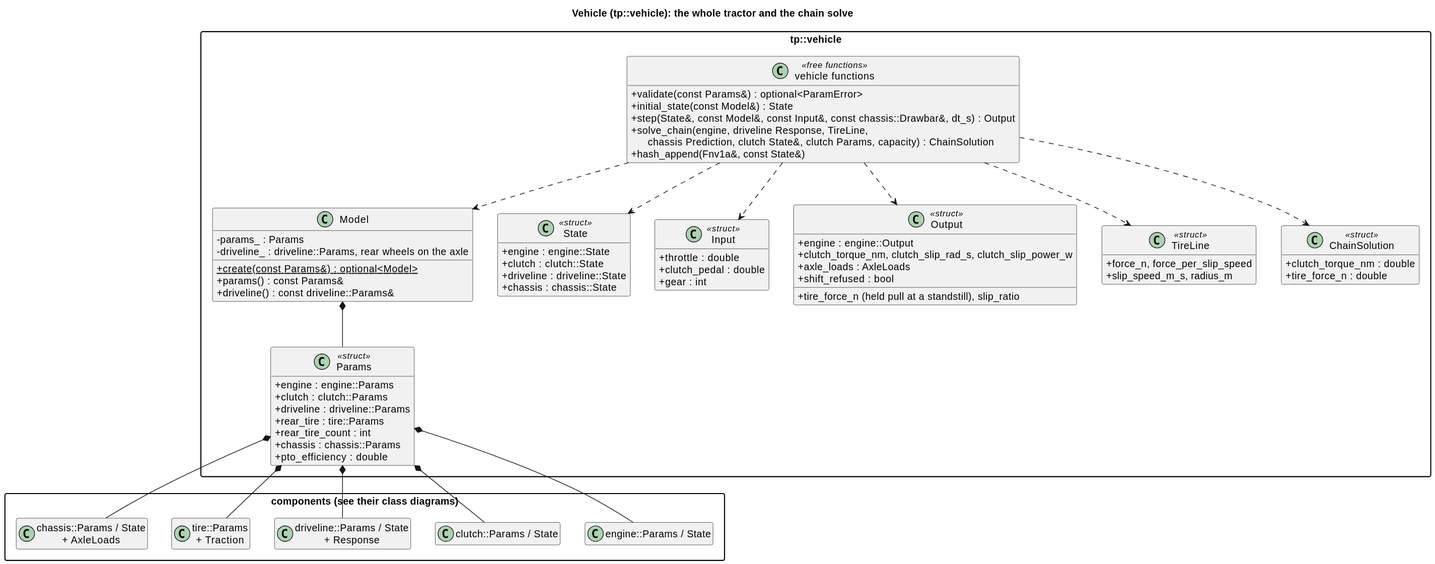
wversteeg/TractorPulling keeps this PlantUML diagram as docs/diagrams/svg/vehicle_classes.svg. Above is the earlier version.
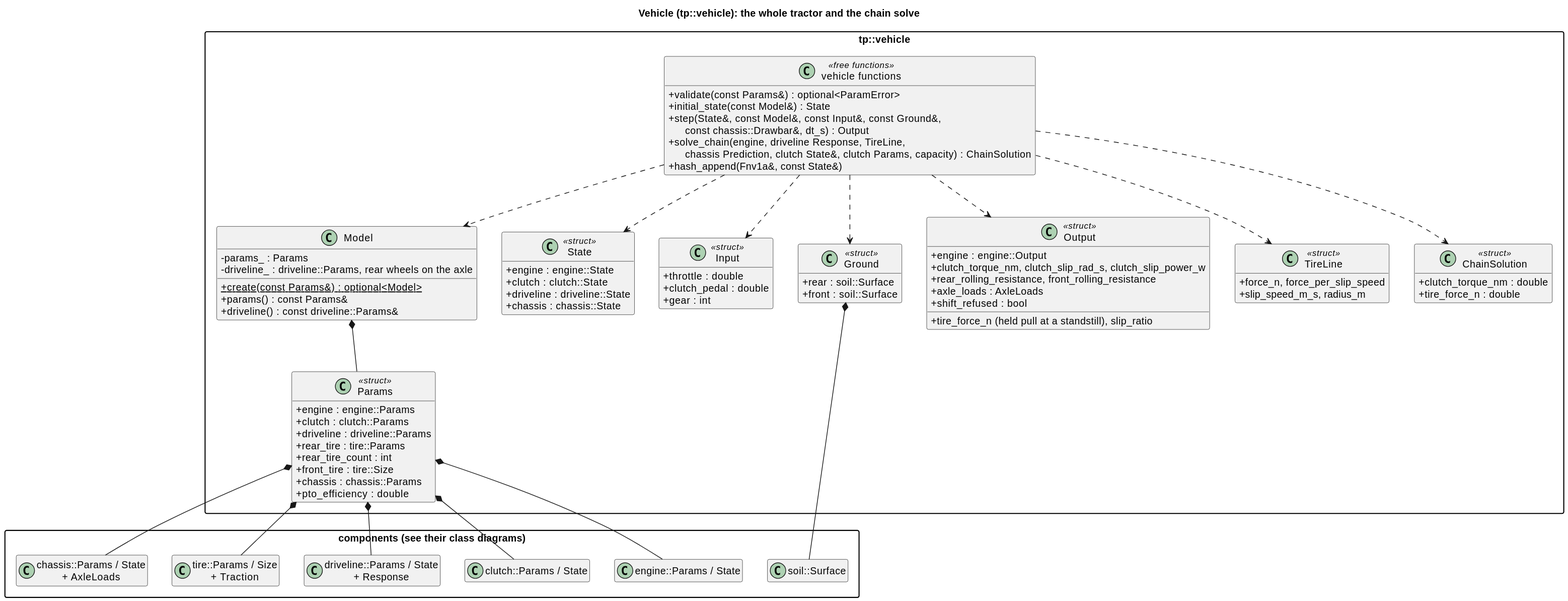
The same diagram one commit later.

Diff of the diagram source:
```diff
@@ -8,7 +8,8 @@
   class "engine::Params / State" as Engine
   class "clutch::Params / State" as Clutch
   class "driveline::Params / State\n+ Response" as Driveline
-  class "tire::Params\n+ Traction" as Tire
+  class "tire::Params / Size\n+ Traction" as Tire
+  class "soil::Surface" as Surface
   class "chassis::Params / State\n+ AxleLoads" as Chassis
 }
 
@@ -19,6 +20,7 @@
     +driveline : driveline::Params
     +rear_tire : tire::Params
     +rear_tire_count : int
+    +front_tire : tire::Size
     +chassis : chassis::Params
     +pto_efficiency : double
   }
@@ -40,10 +42,15 @@
     +clutch_pedal : double
     +gear : int
   }
+  class Ground <<struct>> {
+    +rear : soil::Surface
+    +front : soil::Surface
+  }
   class Output <<struct>> {
     +engine : engine::Output
     +clutch_torque_nm, clutch_slip_rad_s, clutch_slip_power_w
     +tire_force_n (held pull at a standstill), slip_ratio
+    +rear_rolling_resistance, front_rolling_resistance
     +axle_loads : AxleLoads
     +shift_refused : bool
   }
@@ -58,7 +65,7 @@
   class "vehicle functions" as VehicleFns <<free functions>> {
     +validate(const Params&) : optional<ParamError>
     +initial_state(const Model&) : State
-    +step(State&, const Model&, const Input&, const chassis::Drawbar&, dt_s) : Output
+    +step(State&, const Model&, const Input&, const Ground&,\n      const chassis::Drawbar&, dt_s) : Output
     +solve_chain(engine, driveline Response, TireLine,\n      chassis Prediction, clutch State&, clutch Params, capacity) : ChainSolution
     +hash_append(Fnv1a&, const State&)
   }
@@ -66,6 +73,7 @@
   VehicleFns ..> Model
   VehicleFns ..> State
   VehicleFns ..> Input
+  VehicleFns ..> Ground
   VehicleFns ..> Output
   VehicleFns ..> TireLine
   VehicleFns ..> ChainSolution
@@ -75,4 +83,5 @@
 Params *-- Driveline
 Params *-- Tire
 Params *-- Chassis
+Ground *-- Surface
 @enduml
```
